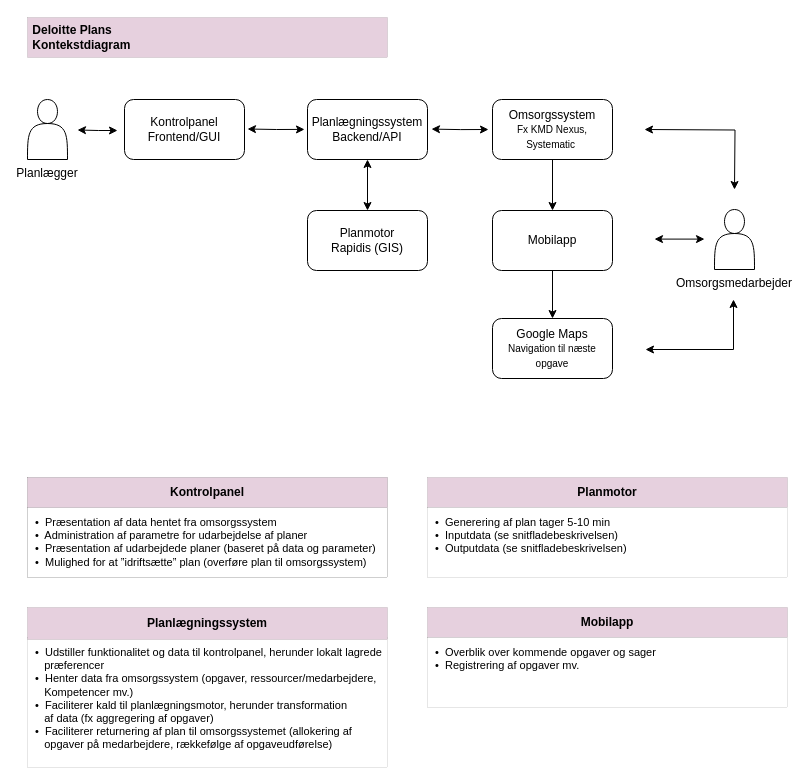
Zaladk/drawio keeps this draw.io diagram as Untitled Diagram.drawio. Above is the earlier version. Source tidied: cells renumbered, new cells numbered last; positions are measured from the earlier drawing's top-left corner, leaving out a move shared by most shapes. Both pictures are drawn from the tidied source at 100%, with x=0, y=0 at pixel (27, 17).
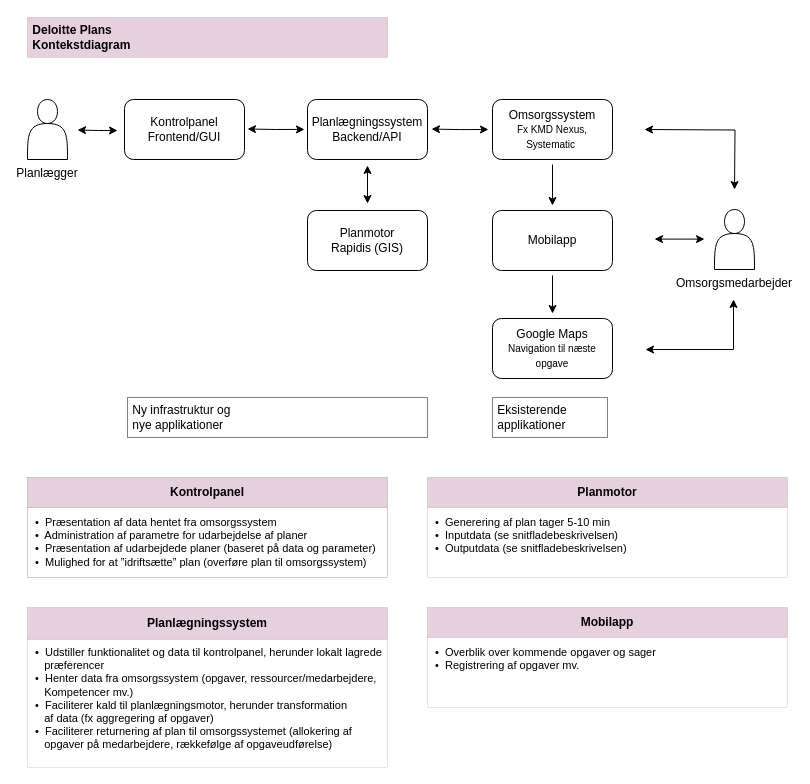
The same diagram, later.

Unchanged cells that the change refers to:
```xml
<mxCell id="5" value="Planlægningssystem&lt;div&gt;Backend/API&lt;/div&gt;" style="rounded=1;whiteSpace=wrap;html=1;" parent="1" vertex="1">
  <mxGeometry x="280" y="82" width="120" height="60" as="geometry" />
</mxCell>
<mxCell id="6" value="Planmotor&lt;div&gt;Rapidis (GIS)&lt;/div&gt;" style="whiteSpace=wrap;html=1;rounded=1;" parent="1" vertex="1">
  <mxGeometry x="280" y="193" width="120" height="60" as="geometry" />
</mxCell>
<mxCell id="8" value="Omsorgssystem&lt;div&gt;&lt;font style=&quot;font-size: 10px;&quot;&gt;Fx KMD Nexus, Systematic&amp;nbsp;&lt;/font&gt;&lt;/div&gt;" style="rounded=1;whiteSpace=wrap;html=1;" parent="1" vertex="1">
  <mxGeometry x="465" y="82" width="120" height="60" as="geometry" />
</mxCell>
<mxCell id="10" value="Mobilapp" style="rounded=1;whiteSpace=wrap;html=1;" parent="1" vertex="1">
  <mxGeometry x="465" y="193" width="120" height="60" as="geometry" />
</mxCell>
<mxCell id="11" value="Google Maps&lt;div&gt;&lt;font style=&quot;font-size: 10px;&quot;&gt;Navigation til næste opgave&lt;/font&gt;&lt;/div&gt;" style="rounded=1;whiteSpace=wrap;html=1;" parent="1" vertex="1">
  <mxGeometry x="465" y="301" width="120" height="60" as="geometry" />
</mxCell>
```

Diff of the diagram source:
```diff
@@
-    <mxCell id="4" style="edgeStyle=orthogonalEdgeStyle;rounded=0;jettySize=auto;html=1;startArrow=classic;startFill=1;" parent="1" edge="1" source="5" target="6">
-      <mxGeometry relative="1" as="geometry" />
+    <mxCell id="4" style="edgeStyle=orthogonalEdgeStyle;rounded=0;orthogonalLoop=1;jettySize=auto;html=1;startArrow=classic;startFill=1;" parent="1" edge="1">
+      <mxGeometry relative="1" as="geometry">
+        <mxPoint x="340" y="148" as="sourcePoint" />
+        <mxPoint x="340" y="186" as="targetPoint" />
+      </mxGeometry>
     </mxCell>
@@
-    <mxCell id="7" style="edgeStyle=orthogonalEdgeStyle;rounded=0;jettySize=auto;html=1;" parent="1" edge="1" source="8" target="10">
-      <mxGeometry relative="1" as="geometry" />
+    <mxCell id="7" style="edgeStyle=orthogonalEdgeStyle;rounded=0;orthogonalLoop=1;jettySize=auto;html=1;" parent="1" edge="1">
+      <mxGeometry relative="1" as="geometry">
+        <mxPoint x="525" y="147" as="sourcePoint" />
+        <mxPoint x="525" y="188" as="targetPoint" />
+      </mxGeometry>
     </mxCell>
@@
-    <mxCell id="9" style="edgeStyle=orthogonalEdgeStyle;rounded=0;jettySize=auto;html=1;" parent="1" edge="1" source="10" target="11">
-      <mxGeometry relative="1" as="geometry" />
+    <mxCell id="9" style="edgeStyle=orthogonalEdgeStyle;rounded=0;orthogonalLoop=1;jettySize=auto;html=1;" parent="1" edge="1">
+      <mxGeometry relative="1" as="geometry">
+        <mxPoint x="525" y="258" as="sourcePoint" />
+        <mxPoint x="525" y="296" as="targetPoint" />
+      </mxGeometry>
     </mxCell>
@@
+    <mxCell id="33" value=" Ny infrastruktur og&#10; nye applikationer" style="text;whiteSpace=wrap;strokeColor=#808080;fontStyle=0;fillColor=none;fillStyle=solid;labelPosition=center;verticalLabelPosition=middle;align=left;verticalAlign=middle;strokeWidth=1;" parent="1" vertex="1">
+      <mxGeometry x="100" y="380" width="300" height="40" as="geometry" />
+    </mxCell>
+    <mxCell id="34" value=" Eksisterende &#10; applikationer" style="text;whiteSpace=wrap;strokeColor=#808080;fontStyle=0;fillColor=none;fillStyle=solid;labelPosition=center;verticalLabelPosition=middle;align=left;verticalAlign=middle;strokeWidth=1;" parent="1" vertex="1">
+      <mxGeometry x="465" y="380" width="115" height="40" as="geometry" />
+    </mxCell>
```
